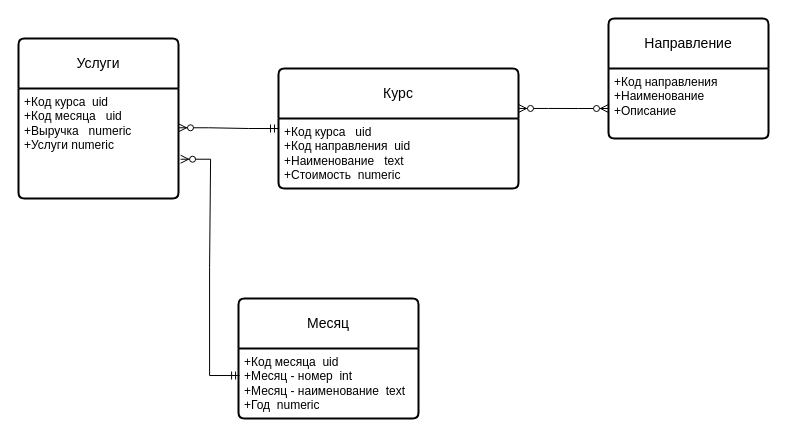
Before: components/Final - datamart layer.drawio in vgnevyshev/dwh, a draw.io diagram. Source tidied: cells renumbered, new cells numbered last; positions are measured from the earlier drawing's top-left corner, leaving out a move shared by most shapes. Both pictures are drawn from the tidied source at 100%, with x=0, y=0 at pixel (18, 18).
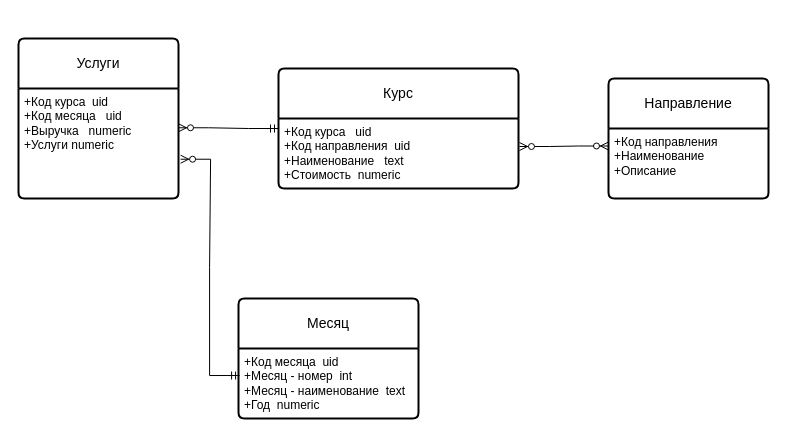
The same diagram, later.

Diff of the diagram source:
```diff
@@
 <mxGraphModel>
   <root>
     <mxCell id="0" />
     <mxCell id="1" parent="0" />
     <mxCell id="2" value="Услуги" style="swimlane;horizontal=1;startSize=50;rounded=1;fontSize=14;fontStyle=0;strokeWidth=2;shadow=0;dashed=0;align=center;arcSize=4;whiteSpace=wrap;html=1;" parent="1" vertex="1">
       <mxGeometry y="20" width="160" height="160" as="geometry" />
     </mxCell>
     <mxCell id="3" value="+Код курса&amp;nbsp; uid&lt;br&gt;+Код месяца&amp;nbsp; &amp;nbsp;uid&lt;br&gt;+Выручка&amp;nbsp; &amp;nbsp;numeric&lt;br&gt;+Услуги numeric" style="align=left;strokeColor=none;fillColor=none;spacingLeft=4;fontSize=12;verticalAlign=top;html=1;" parent="2" vertex="1">
       <mxGeometry y="50" width="160" height="110" as="geometry" />
     </mxCell>
     <mxCell id="4" value="Курс" style="swimlane;horizontal=1;startSize=50;rounded=1;fontSize=14;fontStyle=0;strokeWidth=2;shadow=0;dashed=0;align=center;arcSize=4;whiteSpace=wrap;html=1;" parent="1" vertex="1">
       <mxGeometry x="260" y="50" width="240" height="120" as="geometry" />
     </mxCell>
     <mxCell id="5" value="+Код курса&amp;nbsp; &amp;nbsp;uid&lt;br&gt;+Код направления&amp;nbsp; uid&lt;br&gt;+Наименование&amp;nbsp; &amp;nbsp;text&lt;br&gt;+Стоимость&amp;nbsp; numeric" style="align=left;strokeColor=none;fillColor=none;spacingLeft=4;fontSize=12;verticalAlign=top;html=1;" parent="4" vertex="1">
       <mxGeometry y="50" width="240" height="70" as="geometry" />
     </mxCell>
     <mxCell id="6" value="Месяц" style="swimlane;horizontal=1;startSize=50;rounded=1;fontSize=14;fontStyle=0;strokeWidth=2;shadow=0;dashed=0;align=center;arcSize=4;whiteSpace=wrap;html=1;" parent="1" vertex="1">
       <mxGeometry x="220" y="280" width="180" height="120" as="geometry" />
     </mxCell>
     <mxCell id="7" value="+Код месяца&amp;nbsp; uid&lt;br&gt;+Месяц - номер&amp;nbsp; int&lt;br&gt;+Месяц - наименование&amp;nbsp; text&lt;br&gt;+Год&amp;nbsp; numeric" style="align=left;strokeColor=none;fillColor=none;spacingLeft=4;fontSize=12;verticalAlign=top;html=1;" parent="6" vertex="1">
       <mxGeometry y="50" width="180" height="70" as="geometry" />
     </mxCell>
     <mxCell id="8" value="Направление" style="swimlane;horizontal=1;startSize=50;rounded=1;fontSize=14;fontStyle=0;strokeWidth=2;shadow=0;dashed=0;align=center;arcSize=4;whiteSpace=wrap;html=1;" parent="1" vertex="1">
-      <mxGeometry x="590" width="160" height="120" as="geometry" />
+      <mxGeometry x="590" y="60" width="160" height="120" as="geometry" />
     </mxCell>
     <mxCell id="9" value="+Код направления&lt;br&gt;+Наименование&lt;br&gt;+Описание" style="align=left;strokeColor=none;fillColor=none;spacingLeft=4;fontSize=12;verticalAlign=top;html=1;" parent="8" vertex="1">
       <mxGeometry y="50" width="160" height="70" as="geometry" />
     </mxCell>
     <mxCell id="10" style="edgeStyle=entityRelationEdgeStyle;fontSize=12;html=1;endArrow=ERzeroToMany;startArrow=ERmandOne;rounded=0;entryX=1;entryY=0.357;entryDx=0;entryDy=0;entryPerimeter=0;exitX=0;exitY=0.5;exitDx=0;exitDy=0;" parent="1" edge="1" source="4" target="3">
       <mxGeometry relative="1" as="geometry" />
     </mxCell>
     <mxCell id="11" style="edgeStyle=entityRelationEdgeStyle;fontSize=12;html=1;endArrow=ERzeroToMany;startArrow=ERmandOne;rounded=0;exitX=0.006;exitY=0.386;exitDx=0;exitDy=0;exitPerimeter=0;entryX=1.013;entryY=0.643;entryDx=0;entryDy=0;entryPerimeter=0;" parent="1" edge="1" source="7" target="3">
       <mxGeometry relative="1" as="geometry" />
     </mxCell>
-    <mxCell id="12" style="edgeStyle=entityRelationEdgeStyle;fontSize=12;html=1;endArrow=ERzeroToMany;endFill=1;startArrow=ERzeroToMany;rounded=0;entryX=0;entryY=0.75;entryDx=0;entryDy=0;exitX=1;exitY=0.333;exitDx=0;exitDy=0;exitPerimeter=0;" parent="1" edge="1" source="4" target="8">
+    <mxCell id="12" style="edgeStyle=entityRelationEdgeStyle;fontSize=12;html=1;endArrow=ERzeroToMany;endFill=1;startArrow=ERzeroToMany;rounded=0;entryX=0;entryY=0.25;entryDx=0;entryDy=0;exitX=1.004;exitY=0.4;exitDx=0;exitDy=0;exitPerimeter=0;" parent="1" edge="1" source="5" target="9">
       <mxGeometry relative="1" as="geometry" />
     </mxCell>
   </root>
 </mxGraphModel>
```
